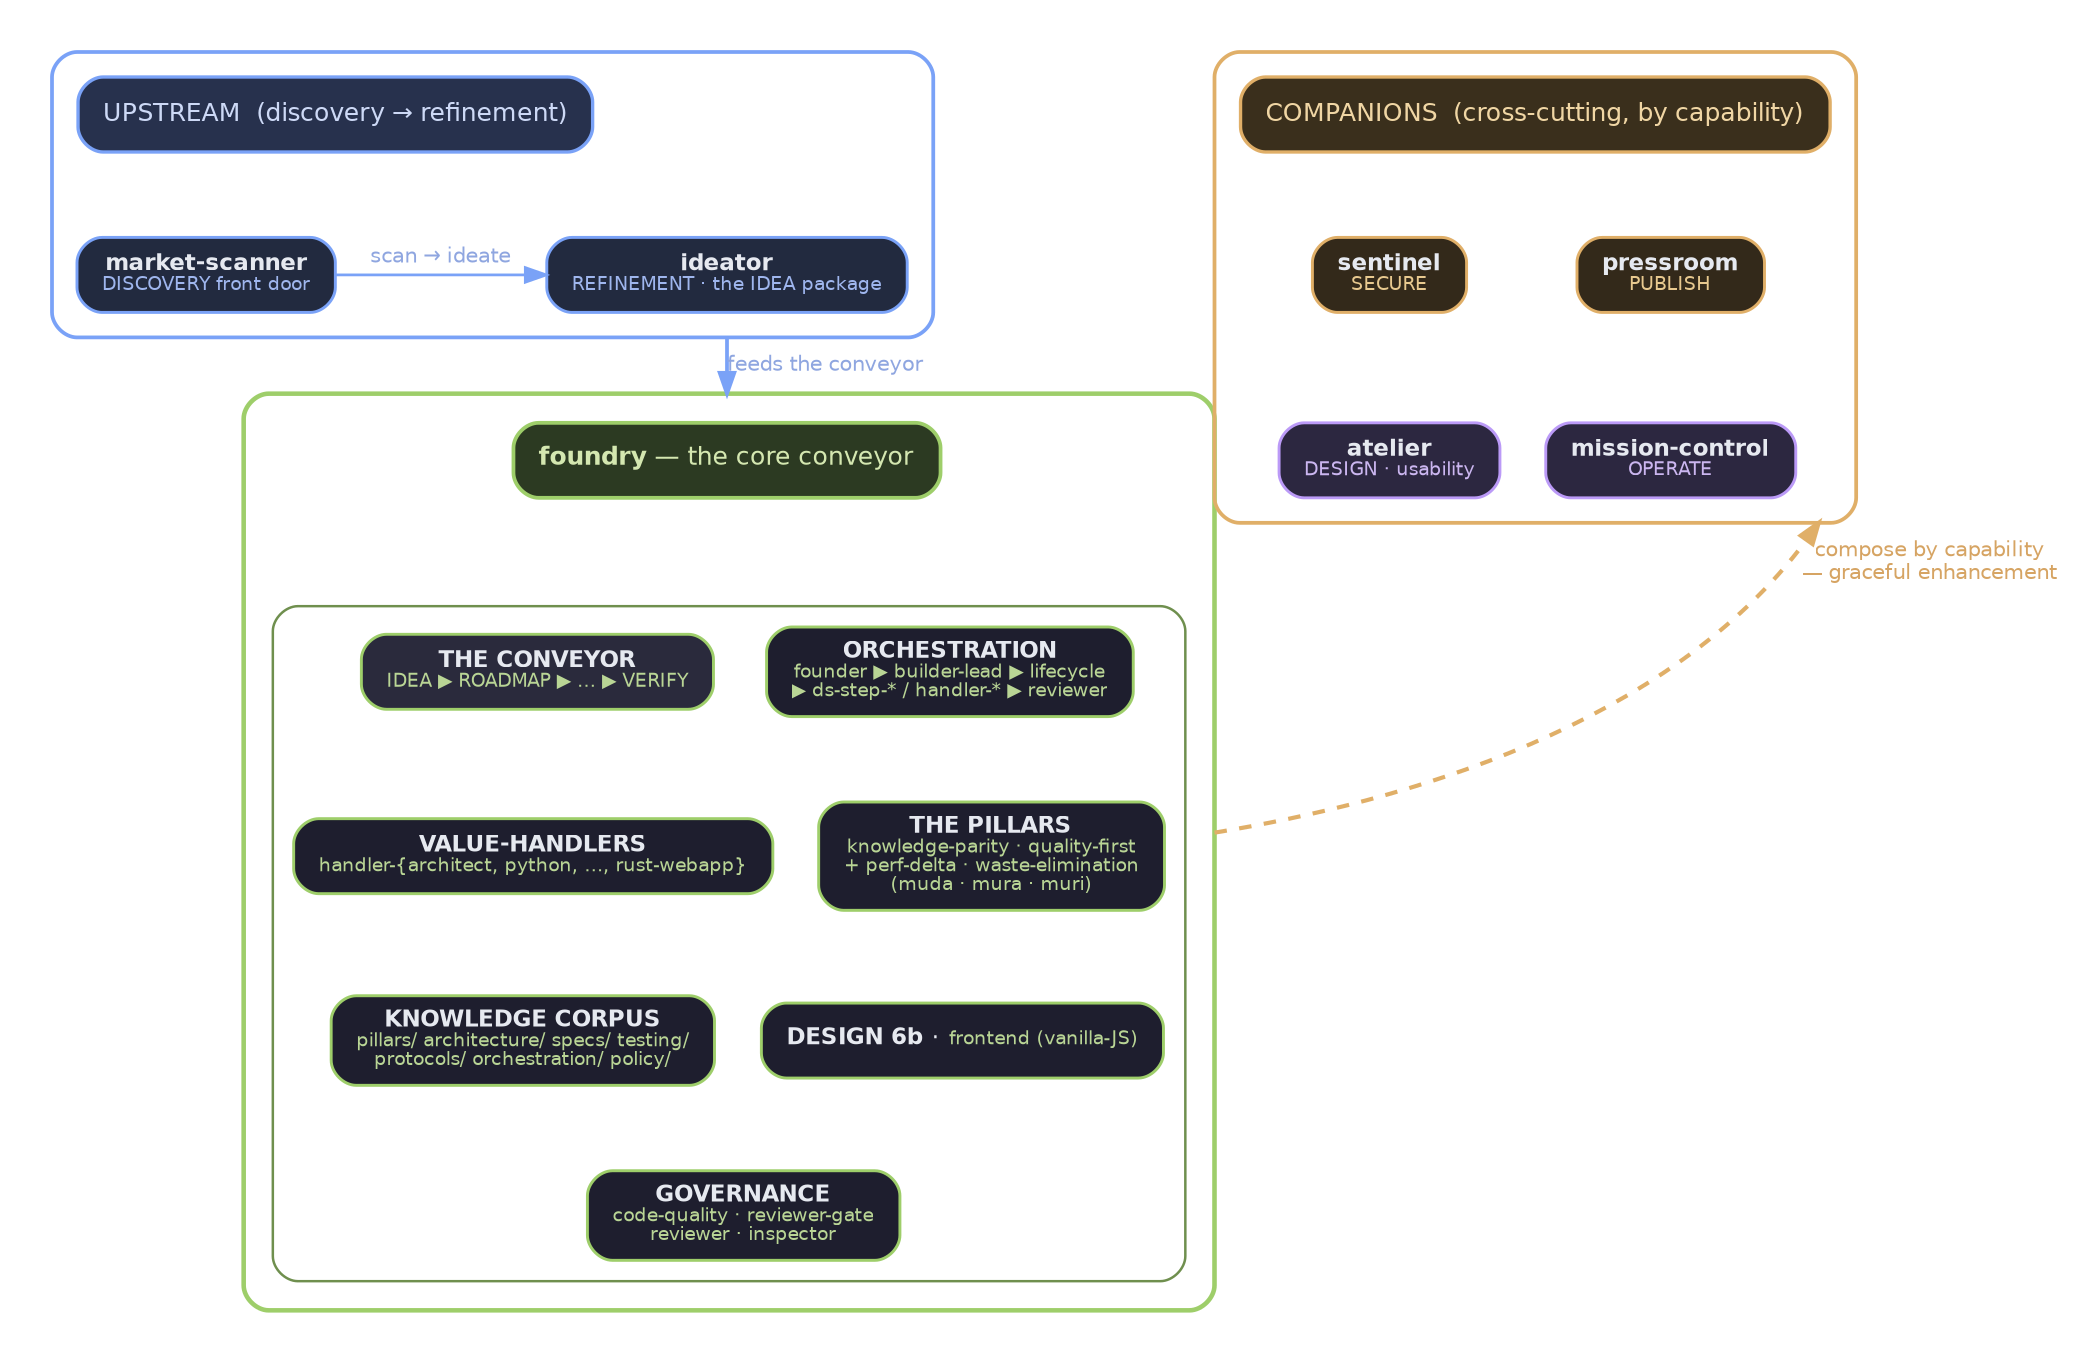
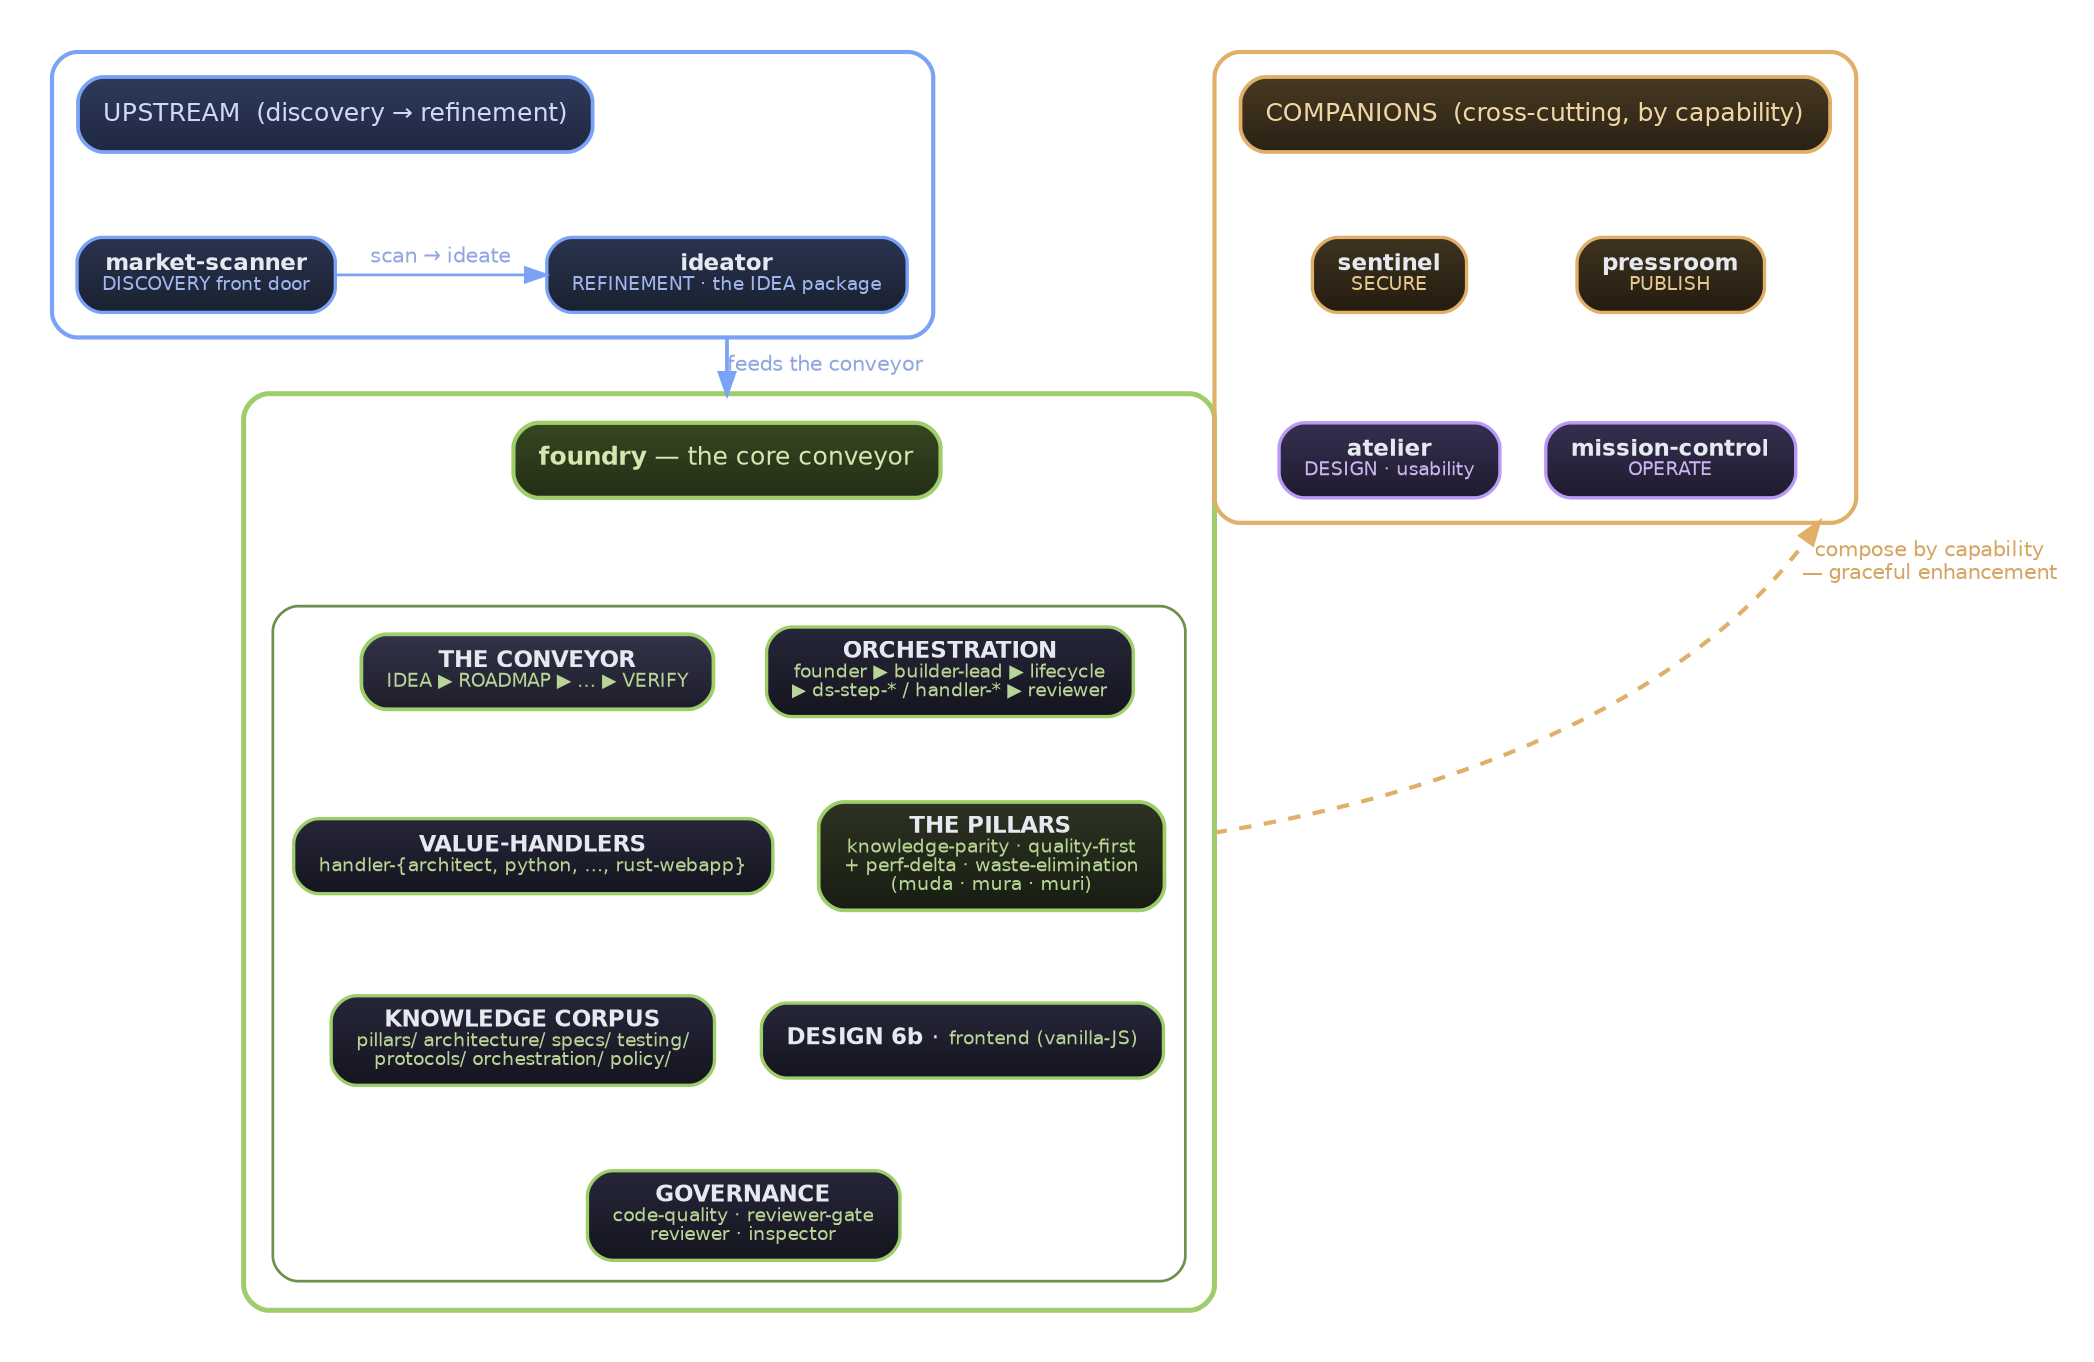
digraph DomainArchB {
  bgcolor="transparent"
  rankdir=TB
  compound=true
  newrank=true
  nodesep=0.30
  ranksep=0.55
  margin=0.18
  fontname="DejaVu Sans"

-   node [shape=box, style="filled,rounded", fillcolor="#1e1e2e", color="#9aa2c0",
-         fontcolor="#e6e9f0", fontname="DejaVu Sans", fontsize=11,
-         penwidth=1.4, margin="0.16,0.10"]
+   // node default carries a top-lit vertical gradient (lighter top → darker bottom) so every
+   // filled box reads as a raised plate (graphviz-native depth; gradientangle=270 = top→bottom).
+   node [shape=box, style="filled,rounded", fillcolor="#26263a:#15151f", gradientangle=270,
+         color="#9aa2c0", fontcolor="#e6e9f0", fontname="DejaVu Sans", fontsize=11,
+         penwidth=1.6, margin="0.16,0.10"]
  edge [color="#9aa2c0", fontcolor="#b8bed0", fontname="DejaVu Sans",
        fontsize=10, penwidth=1.3]

  // Cluster titles ride ON a filled accent chip so the cluster NAME clears BOTH
  // grounds (a plain cluster label on transparent ground washes out on white).

  // ================= UPSTREAM lane (top) =================
  subgraph cluster_upstream {
    label=""
-     style="rounded"; color="#7aa2f7"; penwidth=1.8; bgcolor="transparent"; margin=12
+     style="rounded"; color="#7aa2f7"; penwidth=2.0; bgcolor="transparent"; margin=12

    up_title [label="UPSTREAM  (discovery → refinement)", shape=box,
-               style="filled,rounded", fillcolor="#27314d", color="#7aa2f7",
-               fontcolor="#cdd9f6", fontsize=12, penwidth=1.6]
+               style="filled,rounded", fillcolor="#2f3a5c:#1f2840", color="#7aa2f7",
+               fontcolor="#cdd9f6", fontsize=12, penwidth=1.8]
    scanner [label=<<b>market-scanner</b><br/><font point-size="9" color="#9fb6ee">DISCOVERY front door</font>>,
-              fillcolor="#222a3f", color="#7aa2f7"]
+              fillcolor="#2a3450:#19202f", color="#7aa2f7"]
    ideator [label=<<b>ideator</b><br/><font point-size="9" color="#9fb6ee">REFINEMENT &middot; the IDEA package</font>>,
-              fillcolor="#222a3f", color="#7aa2f7"]
+              fillcolor="#2a3450:#19202f", color="#7aa2f7"]

    // scan → ideate: market-scanner LEFT, ideator RIGHT, arrow points right (reading order)
    { rank=same; scanner; ideator }
    up_title -> scanner [style=invis]
    scanner -> ideator [label="  scan → ideate  ", fontcolor="#8fa6e0", color="#7aa2f7",
                        weight=20]
  }

  // ================= CORE foundry (middle) =================
  subgraph cluster_core {
    label=""
-     style="rounded"; color="#9ece6a"; penwidth=2.2; bgcolor="transparent"; margin=14
+     style="rounded"; color="#9ece6a"; penwidth=2.4; bgcolor="transparent"; margin=14

    core_title [label=<<b>foundry</b> &mdash; the core conveyor>, shape=box,
-                 style="filled,rounded", fillcolor="#2c3a22", color="#9ece6a",
-                 fontcolor="#d4e7b0", fontsize=12, penwidth=1.8]
+                 style="filled,rounded", fillcolor="#36471f:#222e18", color="#9ece6a",
+                 fontcolor="#d4e7b0", fontsize=12, penwidth=2.0]

    subgraph cluster_core_cells {
      label=""
-       style="rounded"; color="#6f8f4e"; penwidth=1.2; bgcolor="transparent"; margin=10
+       style="rounded"; color="#6f8f4e"; penwidth=1.3; bgcolor="transparent"; margin=10

      cell_conveyor [label=<<b>THE CONVEYOR</b><br/><font point-size="9" color="#b9d595">IDEA ▶ ROADMAP ▶ … ▶ VERIFY</font>>,
-                      fillcolor="#2a2a3c", color="#9ece6a"]
+                      fillcolor="#33334a:#1d1d2a", color="#9ece6a", penwidth=1.8]
      cell_orch [label=<<b>ORCHESTRATION</b><br/><font point-size="9" color="#b9d595">founder ▶ builder-lead ▶ lifecycle<br/>▶ ds-step-* / handler-* ▶ reviewer</font>>,
-                  fillcolor="#1e1e2e", color="#9ece6a"]
+                  fillcolor="#26263a:#15151f", color="#9ece6a"]
      cell_handlers [label=<<b>VALUE-HANDLERS</b><br/><font point-size="9" color="#b9d595">handler-{architect, python, &hellip;, rust-webapp}</font>>,
-                      fillcolor="#1e1e2e", color="#9ece6a"]
+                      fillcolor="#26263a:#15151f", color="#9ece6a"]
      cell_pillars [label=<<b>THE PILLARS</b><br/><font point-size="9" color="#b9d595">knowledge-parity &middot; quality-first<br/>+ perf-delta &middot; waste-elimination<br/>(muda &middot; mura &middot; muri)</font>>,
-                     fillcolor="#1e1e2e", color="#9ece6a"]
+                     fillcolor="#2c3322:#181d12", color="#9ece6a", penwidth=1.8]
      cell_corpus [label=<<b>KNOWLEDGE CORPUS</b><br/><font point-size="9" color="#b9d595">pillars/ architecture/ specs/ testing/<br/>protocols/ orchestration/ policy/</font>>,
-                    fillcolor="#1e1e2e", color="#9ece6a"]
+                    fillcolor="#26263a:#15151f", color="#9ece6a"]
      cell_design [label=<<b>DESIGN 6b</b> &middot; <font point-size="9" color="#b9d595">frontend (vanilla-JS)</font>>,
-                    fillcolor="#1e1e2e", color="#9ece6a"]
+                    fillcolor="#26263a:#15151f", color="#9ece6a"]
      cell_gov [label=<<b>GOVERNANCE</b><br/><font point-size="9" color="#b9d595">code-quality &middot; reviewer-gate<br/>reviewer &middot; inspector</font>>,
-                 fillcolor="#1e1e2e", color="#9ece6a"]
+                 fillcolor="#26263a:#15151f", color="#9ece6a"]

      // fold the 7 cells into a 2-wide grid so the core box stays compact
      { rank=same; cell_conveyor;  cell_orch }
      { rank=same; cell_handlers;  cell_pillars }
      { rank=same; cell_corpus;    cell_design }
      cell_conveyor  -> cell_handlers [style=invis]
      cell_orch      -> cell_pillars  [style=invis]
      cell_handlers  -> cell_corpus   [style=invis]
      cell_pillars   -> cell_design   [style=invis]
      cell_corpus    -> cell_gov      [style=invis]
      cell_design    -> cell_gov      [style=invis]
    }

    core_title -> cell_conveyor [style=invis]
    core_title -> cell_orch     [style=invis]
  }

  // ================= COMPANIONS lane (bottom) =================
  subgraph cluster_companions {
    label=""
-     style="rounded"; color="#e0af68"; penwidth=1.8; bgcolor="transparent"; margin=12
+     style="rounded"; color="#e0af68"; penwidth=2.0; bgcolor="transparent"; margin=12

    co_title [label="COMPANIONS  (cross-cutting, by capability)", shape=box,
-               style="filled,rounded", fillcolor="#3a2f1c", color="#e0af68",
-               fontcolor="#f0d6a4", fontsize=12, penwidth=1.6]
+               style="filled,rounded", fillcolor="#473a22:#2a2114", color="#e0af68",
+               fontcolor="#f0d6a4", fontsize=12, penwidth=1.8]
    sentinel [label=<<b>sentinel</b><br/><font point-size="9" color="#e8c98f">SECURE</font>>,
-               fillcolor="#33291a", color="#e0af68"]
+               fillcolor="#3f3320:#241c10", color="#e0af68"]
    pressroom [label=<<b>pressroom</b><br/><font point-size="9" color="#e8c98f">PUBLISH</font>>,
-                fillcolor="#33291a", color="#e0af68"]
+                fillcolor="#3f3320:#241c10", color="#e0af68"]
    atelier [label=<<b>atelier</b><br/><font point-size="9" color="#cbb6f0">DESIGN &middot; usability</font>>,
-              fillcolor="#2c2740", color="#bb9af7"]
+              fillcolor="#352f50:#1f1b2e", color="#bb9af7"]
    mission [label=<<b>mission-control</b><br/><font point-size="9" color="#cbb6f0">OPERATE</font>>,
-              fillcolor="#2c2740", color="#bb9af7"]
+              fillcolor="#352f50:#1f1b2e", color="#bb9af7"]

    // clean 2×2 grid DIRECTLY beneath the title bar (no L-shaped spill)
    { rank=same; sentinel;  pressroom }
    { rank=same; atelier;   mission }
    co_title  -> sentinel  [style=invis]
    co_title  -> pressroom [style=invis]
    sentinel  -> atelier   [style=invis, weight=10]
    pressroom -> mission   [style=invis, weight=10]
  }

  // ================= cross-lane flow =================
  ideator -> core_title [ltail=cluster_upstream, lhead=cluster_core,
                         label="feeds the conveyor", color="#7aa2f7",
                         fontcolor="#8fa6e0", penwidth=1.8, weight=20]

  // ONE group→group edge: companions cluster cross-cuts the WHOLE foundry.
  // ltail/lhead clip the edge to BOTH cluster boundaries — it terminates on the
  // core BOUNDARY, not a single inner cell, so it reads as whole-foundry enhancement.
  cell_pillars -> sentinel [ltail=cluster_core, lhead=cluster_companions,
                            label="compose by capability\n— graceful enhancement",
                            color="#e0af68", fontcolor="#d6a463", style=dashed,
                            penwidth=2.0, dir=both, arrowtail=none, weight=1,
                            constraint=false]
}
